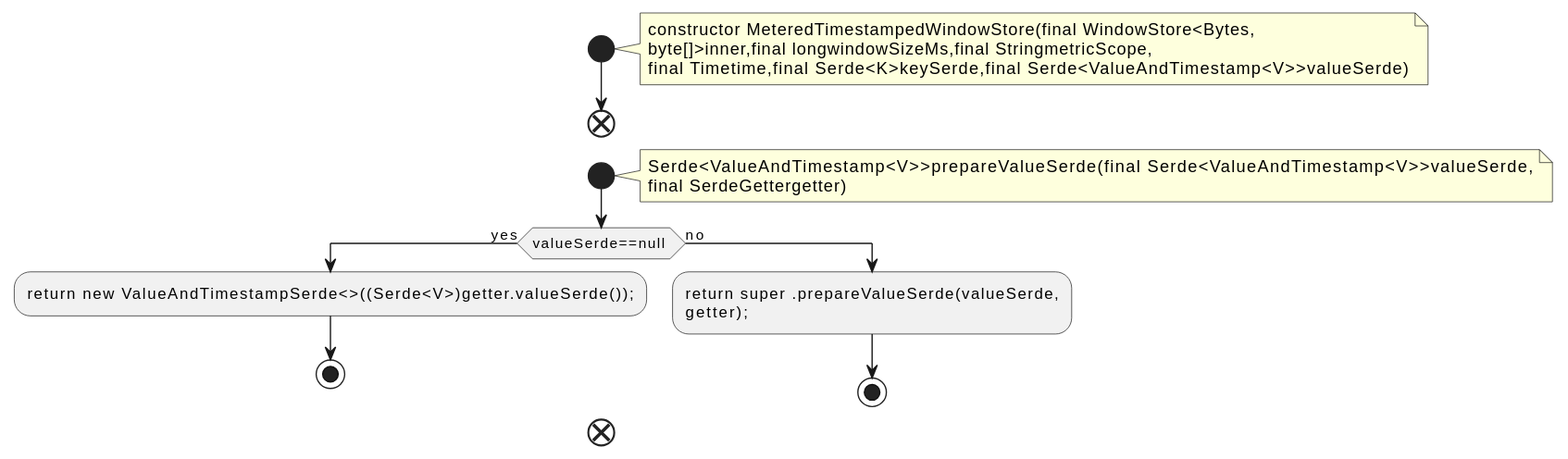
Before: docs/qc/streams/src/main/java/org/apache/kafka/streams/state/internals/MeteredTimestampedWindowStore.java.fct.svg, a diagram exported from PlantUML (qualitesys/kafka).
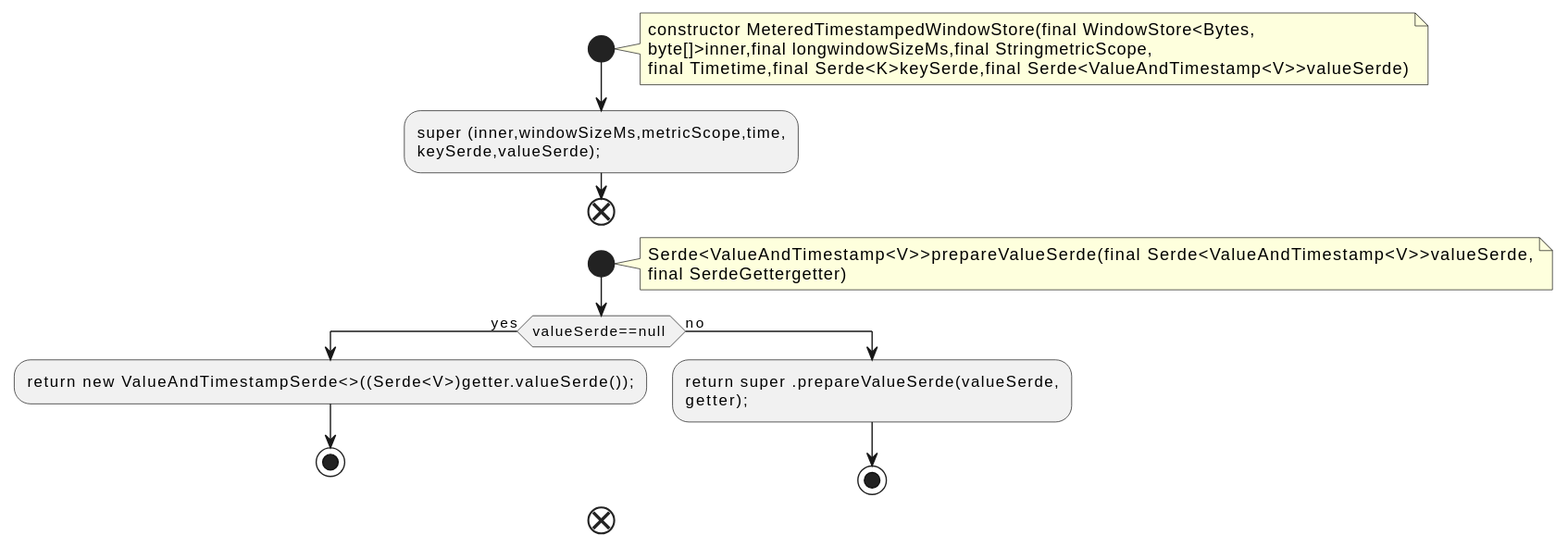
The same diagram one commit later.

Diff of the diagram source:
```diff
@@ -6,6 +6,8 @@
 byte[]>inner,final longwindowSizeMs,final StringmetricScope,
 final Timetime,final Serde<K>keySerde,final Serde<ValueAndTimestamp<V>>valueSerde)
 end note
+:super (inner,windowSizeMs,metricScope,time,
+keySerde,valueSerde);;
 end
 start
 note right
```
